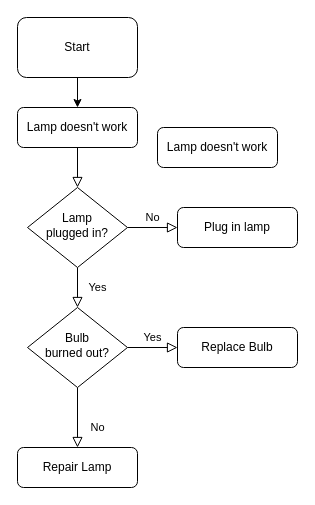
Before: Untitled Diagram.drawio in mrF1end/ScriptingPython, a draw.io diagram. Source tidied: cells renumbered, new cells numbered last; positions are measured from the earlier drawing's top-left corner, leaving out a move shared by most shapes. Both pictures are drawn from the tidied source at 100%, with x=0, y=0 at pixel (17, 17).
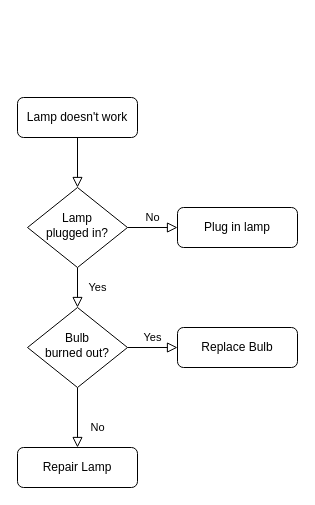
The same diagram, later.

Diff of the diagram source:
```diff
@@
 <mxGraphModel>
   <root>
     <mxCell id="0" />
     <mxCell id="1" parent="0" />
     <mxCell id="2" style="rounded=0;html=1;jettySize=auto;fontSize=11;endArrow=block;endFill=0;endSize=8;strokeWidth=1;shadow=0;labelBackgroundColor=none;edgeStyle=orthogonalEdgeStyle;" parent="1" edge="1" source="3" target="6">
       <mxGeometry relative="1" as="geometry" />
     </mxCell>
     <mxCell id="3" value="Lamp doesn't work" style="rounded=1;whiteSpace=wrap;html=1;fontSize=12;glass=0;strokeWidth=1;shadow=0;" parent="1" vertex="1">
-      <mxGeometry y="90" width="120" height="40" as="geometry" />
+      <mxGeometry y="80" width="120" height="40" as="geometry" />
     </mxCell>
     <mxCell id="4" value="Yes" style="rounded=0;html=1;jettySize=auto;fontSize=11;endArrow=block;endFill=0;endSize=8;strokeWidth=1;shadow=0;labelBackgroundColor=none;edgeStyle=orthogonalEdgeStyle;" parent="1" edge="1" source="6" target="10">
       <mxGeometry y="20" relative="1" as="geometry" />
     </mxCell>
     <mxCell id="5" value="No" style="edgeStyle=orthogonalEdgeStyle;rounded=0;html=1;jettySize=auto;fontSize=11;endArrow=block;endFill=0;endSize=8;strokeWidth=1;shadow=0;labelBackgroundColor=none;" parent="1" edge="1" source="6" target="7">
       <mxGeometry y="10" relative="1" as="geometry" />
     </mxCell>
     <mxCell id="6" value="Lamp&lt;br&gt;plugged in?" style="rhombus;whiteSpace=wrap;html=1;shadow=0;fontFamily=Helvetica;fontSize=12;align=center;strokeWidth=1;spacing=6;spacingTop=-4;" parent="1" vertex="1">
       <mxGeometry x="10" y="170" width="100" height="80" as="geometry" />
     </mxCell>
     <mxCell id="7" value="Plug in lamp" style="rounded=1;whiteSpace=wrap;html=1;fontSize=12;glass=0;strokeWidth=1;shadow=0;" parent="1" vertex="1">
       <mxGeometry x="160" y="190" width="120" height="40" as="geometry" />
     </mxCell>
     <mxCell id="8" value="No" style="rounded=0;html=1;jettySize=auto;fontSize=11;endArrow=block;endFill=0;endSize=8;strokeWidth=1;shadow=0;labelBackgroundColor=none;edgeStyle=orthogonalEdgeStyle;" parent="1" edge="1" source="10" target="11">
       <mxGeometry x="0.33" y="20" relative="1" as="geometry" />
     </mxCell>
     <mxCell id="9" value="Yes" style="edgeStyle=orthogonalEdgeStyle;rounded=0;html=1;jettySize=auto;fontSize=11;endArrow=block;endFill=0;endSize=8;strokeWidth=1;shadow=0;labelBackgroundColor=none;" parent="1" edge="1" source="10" target="12">
       <mxGeometry y="10" relative="1" as="geometry" />
     </mxCell>
     <mxCell id="10" value="Bulb&lt;br&gt;burned out?" style="rhombus;whiteSpace=wrap;html=1;shadow=0;fontFamily=Helvetica;fontSize=12;align=center;strokeWidth=1;spacing=6;spacingTop=-4;" parent="1" vertex="1">
       <mxGeometry x="10" y="290" width="100" height="80" as="geometry" />
     </mxCell>
     <mxCell id="11" value="Repair Lamp" style="rounded=1;whiteSpace=wrap;html=1;fontSize=12;glass=0;strokeWidth=1;shadow=0;" parent="1" vertex="1">
       <mxGeometry y="430" width="120" height="40" as="geometry" />
     </mxCell>
     <mxCell id="12" value="Replace Bulb" style="rounded=1;whiteSpace=wrap;html=1;fontSize=12;glass=0;strokeWidth=1;shadow=0;" parent="1" vertex="1">
       <mxGeometry x="160" y="310" width="120" height="40" as="geometry" />
     </mxCell>
-    <mxCell id="13" style="edgeStyle=orthogonalEdgeStyle;rounded=0;jettySize=auto;html=1;" parent="1" edge="1" source="14" target="3">
-      <mxGeometry relative="1" as="geometry" />
-    </mxCell>
-    <mxCell id="14" value="Start" style="rounded=1;whiteSpace=wrap;html=1;" parent="1" vertex="1">
-      <mxGeometry width="120" height="60" as="geometry" />
-    </mxCell>
-    <mxCell id="15" value="Lamp doesn't work" style="rounded=1;whiteSpace=wrap;html=1;fontSize=12;glass=0;strokeWidth=1;shadow=0;" parent="1" vertex="1">
-      <mxGeometry x="140" y="110" width="120" height="40" as="geometry" />
-    </mxCell>
   </root>
 </mxGraphModel>
```
